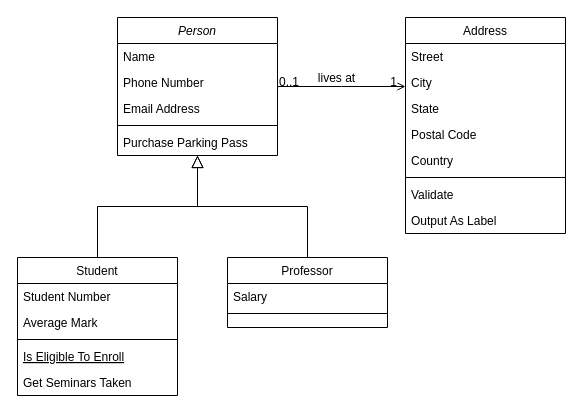
The draw.io diagram Diagrama de clases/DClase-coche.drawio in GRMiguelAngel/ETS, before the edit. Source tidied: cells renumbered, new cells numbered last; positions are measured from the earlier drawing's top-left corner, leaving out a move shared by most shapes. Both pictures are drawn from the tidied source at 100%, with x=0, y=0 at pixel (17, 17).
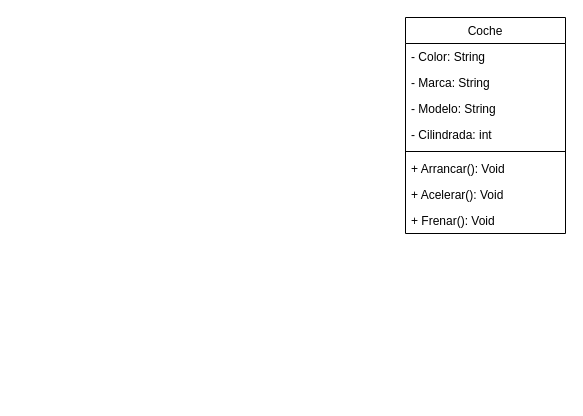
Above is the later version.

The edit, as a diff of the source:
```diff
@@
-    <mxCell id="2" value="Person" style="swimlane;fontStyle=2;align=center;verticalAlign=top;horizontal=1;startSize=26;rounded=0;shadow=0;strokeWidth=1;" parent="1" vertex="1">
-      <mxGeometry x="100" width="160" height="138" as="geometry" />
-    </mxCell>
-    <mxCell id="3" value="Name" style="text;align=left;verticalAlign=top;spacingLeft=4;spacingRight=4;overflow=hidden;" parent="2" vertex="1">
-      <mxGeometry y="26" width="160" height="26" as="geometry" />
-    </mxCell>
-    <mxCell id="4" value="Phone Number" style="text;align=left;verticalAlign=top;spacingLeft=4;spacingRight=4;overflow=hidden;rounded=0;shadow=0;html=0;" parent="2" vertex="1">
-      <mxGeometry y="52" width="160" height="26" as="geometry" />
-    </mxCell>
-    <mxCell id="5" value="Email Address" style="text;align=left;verticalAlign=top;spacingLeft=4;spacingRight=4;overflow=hidden;rounded=0;shadow=0;html=0;" parent="2" vertex="1">
-      <mxGeometry y="78" width="160" height="26" as="geometry" />
-    </mxCell>
-    <mxCell id="6" style="line;html=1;strokeWidth=1;align=left;verticalAlign=middle;spacingTop=-1;spacingLeft=3;spacingRight=3;labelPosition=right;" parent="2" vertex="1">
-      <mxGeometry y="104" width="160" height="8" as="geometry" />
-    </mxCell>
-    <mxCell id="7" value="Purchase Parking Pass" style="text;align=left;verticalAlign=top;spacingLeft=4;spacingRight=4;overflow=hidden;" parent="2" vertex="1">
-      <mxGeometry y="112" width="160" height="26" as="geometry" />
-    </mxCell>
-    <mxCell id="8" value="Student" style="swimlane;fontStyle=0;align=center;verticalAlign=top;horizontal=1;startSize=26;rounded=0;shadow=0;strokeWidth=1;" parent="1" vertex="1">
-      <mxGeometry y="240" width="160" height="138" as="geometry" />
-    </mxCell>
-    <mxCell id="9" value="Student Number" style="text;align=left;verticalAlign=top;spacingLeft=4;spacingRight=4;overflow=hidden;" parent="8" vertex="1">
-      <mxGeometry y="26" width="160" height="26" as="geometry" />
-    </mxCell>
-    <mxCell id="10" value="Average Mark" style="text;align=left;verticalAlign=top;spacingLeft=4;spacingRight=4;overflow=hidden;rounded=0;shadow=0;html=0;" parent="8" vertex="1">
-      <mxGeometry y="52" width="160" height="26" as="geometry" />
-    </mxCell>
-    <mxCell id="11" style="line;html=1;strokeWidth=1;align=left;verticalAlign=middle;spacingTop=-1;spacingLeft=3;spacingRight=3;labelPosition=right;" parent="8" vertex="1">
-      <mxGeometry y="78" width="160" height="8" as="geometry" />
-    </mxCell>
-    <mxCell id="12" value="Is Eligible To Enroll" style="text;align=left;verticalAlign=top;spacingLeft=4;spacingRight=4;overflow=hidden;fontStyle=4;" parent="8" vertex="1">
-      <mxGeometry y="86" width="160" height="26" as="geometry" />
-    </mxCell>
-    <mxCell id="13" value="Get Seminars Taken" style="text;align=left;verticalAlign=top;spacingLeft=4;spacingRight=4;overflow=hidden;" parent="8" vertex="1">
-      <mxGeometry y="112" width="160" height="26" as="geometry" />
-    </mxCell>
-    <mxCell id="14" style="endArrow=block;endSize=10;endFill=0;shadow=0;strokeWidth=1;rounded=0;edgeStyle=elbowEdgeStyle;elbow=vertical;" parent="1" edge="1" source="8" target="2">
-      <mxGeometry relative="1" as="geometry" />
-    </mxCell>
-    <mxCell id="15" value="Professor" style="swimlane;fontStyle=0;align=center;verticalAlign=top;horizontal=1;startSize=26;rounded=0;shadow=0;strokeWidth=1;" parent="1" vertex="1">
-      <mxGeometry x="210" y="240" width="160" height="70" as="geometry" />
-    </mxCell>
-    <mxCell id="16" value="Salary" style="text;align=left;verticalAlign=top;spacingLeft=4;spacingRight=4;overflow=hidden;" parent="15" vertex="1">
-      <mxGeometry y="26" width="160" height="26" as="geometry" />
-    </mxCell>
-    <mxCell id="17" style="line;html=1;strokeWidth=1;align=left;verticalAlign=middle;spacingTop=-1;spacingLeft=3;spacingRight=3;labelPosition=right;" parent="15" vertex="1">
-      <mxGeometry y="52" width="160" height="8" as="geometry" />
-    </mxCell>
-    <mxCell id="18" style="endArrow=block;endSize=10;endFill=0;shadow=0;strokeWidth=1;rounded=0;edgeStyle=elbowEdgeStyle;elbow=vertical;" parent="1" edge="1" source="15" target="2">
-      <mxGeometry relative="1" as="geometry" />
-    </mxCell>
-    <mxCell id="19" value="Address" style="swimlane;fontStyle=0;align=center;verticalAlign=top;horizontal=1;startSize=26;rounded=0;shadow=0;strokeWidth=1;" parent="1" vertex="1">
+    <mxCell id="19" value="Coche" style="swimlane;fontStyle=0;align=center;verticalAlign=top;horizontal=1;startSize=26;rounded=0;shadow=0;strokeWidth=1;" parent="1" vertex="1">
       <mxGeometry x="388" width="160" height="216" as="geometry" />
     </mxCell>
-    <mxCell id="20" value="Street" style="text;align=left;verticalAlign=top;spacingLeft=4;spacingRight=4;overflow=hidden;" parent="19" vertex="1">
+    <mxCell id="20" value="- Color: String" style="text;align=left;verticalAlign=top;spacingLeft=4;spacingRight=4;overflow=hidden;" parent="19" vertex="1">
       <mxGeometry y="26" width="160" height="26" as="geometry" />
     </mxCell>
-    <mxCell id="21" value="City" style="text;align=left;verticalAlign=top;spacingLeft=4;spacingRight=4;overflow=hidden;rounded=0;shadow=0;html=0;" parent="19" vertex="1">
+    <mxCell id="21" value="- Marca: String" style="text;align=left;verticalAlign=top;spacingLeft=4;spacingRight=4;overflow=hidden;rounded=0;shadow=0;html=0;" parent="19" vertex="1">
       <mxGeometry y="52" width="160" height="26" as="geometry" />
     </mxCell>
-    <mxCell id="22" value="State" style="text;align=left;verticalAlign=top;spacingLeft=4;spacingRight=4;overflow=hidden;rounded=0;shadow=0;html=0;" parent="19" vertex="1">
+    <mxCell id="22" value="- Modelo: String" style="text;align=left;verticalAlign=top;spacingLeft=4;spacingRight=4;overflow=hidden;rounded=0;shadow=0;html=0;" parent="19" vertex="1">
       <mxGeometry y="78" width="160" height="26" as="geometry" />
     </mxCell>
-    <mxCell id="23" value="Postal Code" style="text;align=left;verticalAlign=top;spacingLeft=4;spacingRight=4;overflow=hidden;rounded=0;shadow=0;html=0;" parent="19" vertex="1">
+    <mxCell id="23" value="- Cilindrada: int" style="text;align=left;verticalAlign=top;spacingLeft=4;spacingRight=4;overflow=hidden;rounded=0;shadow=0;html=0;" parent="19" vertex="1">
       <mxGeometry y="104" width="160" height="26" as="geometry" />
     </mxCell>
-    <mxCell id="24" value="Country" style="text;align=left;verticalAlign=top;spacingLeft=4;spacingRight=4;overflow=hidden;rounded=0;shadow=0;html=0;" parent="19" vertex="1">
-      <mxGeometry y="130" width="160" height="26" as="geometry" />
-    </mxCell>
     <mxCell id="25" style="line;html=1;strokeWidth=1;align=left;verticalAlign=middle;spacingTop=-1;spacingLeft=3;spacingRight=3;labelPosition=right;" parent="19" vertex="1">
-      <mxGeometry y="156" width="160" height="8" as="geometry" />
+      <mxGeometry y="130" width="160" height="8" as="geometry" />
     </mxCell>
-    <mxCell id="26" value="Validate" style="text;align=left;verticalAlign=top;spacingLeft=4;spacingRight=4;overflow=hidden;" parent="19" vertex="1">
-      <mxGeometry y="164" width="160" height="26" as="geometry" />
+    <mxCell id="26" value="+ Arrancar(): Void" style="text;align=left;verticalAlign=top;spacingLeft=4;spacingRight=4;overflow=hidden;" parent="19" vertex="1">
+      <mxGeometry y="138" width="160" height="26" as="geometry" />
     </mxCell>
-    <mxCell id="27" value="Output As Label" style="text;align=left;verticalAlign=top;spacingLeft=4;spacingRight=4;overflow=hidden;" parent="19" vertex="1">
-      <mxGeometry y="190" width="160" height="26" as="geometry" />
+    <mxCell id="27" value="+ Acelerar(): Void" style="text;align=left;verticalAlign=top;spacingLeft=4;spacingRight=4;overflow=hidden;" parent="19" vertex="1">
+      <mxGeometry y="164" width="160" height="26" as="geometry" />
     </mxCell>
-    <mxCell id="28" style="endArrow=open;shadow=0;strokeWidth=1;rounded=0;endFill=1;edgeStyle=elbowEdgeStyle;elbow=vertical;" parent="1" edge="1" source="2" target="19">
-      <mxGeometry x="0.5" y="41" relative="1" as="geometry">
-        <mxPoint x="-40" y="32" as="offset" />
-      </mxGeometry>
-    </mxCell>
-    <mxCell id="29" value="0..1" style="align=left;verticalAlign=bottom;labelBackgroundColor=none;fontSize=12;" parent="28" vertex="1">
-      <mxGeometry x="-1" relative="1" as="geometry">
-        <mxPoint y="4" as="offset" />
-      </mxGeometry>
-    </mxCell>
-    <mxCell id="30" value="1" style="align=right;verticalAlign=bottom;labelBackgroundColor=none;fontSize=12;" parent="28" vertex="1">
-      <mxGeometry x="1" relative="1" as="geometry">
-        <mxPoint x="-7" y="4" as="offset" />
-      </mxGeometry>
-    </mxCell>
-    <mxCell id="31" value="lives at" style="text;html=1;align=center;verticalAlign=middle;labelBackgroundColor=none;rounded=0;shadow=0;strokeWidth=1;fontSize=12;" parent="28" vertex="1">
-      <mxGeometry x="0.5" y="49" relative="1" as="geometry">
-        <mxPoint x="-38" y="40" as="offset" />
-      </mxGeometry>
-    </mxCell>
+    <mxCell id="32" value="+ Frenar(): Void" style="text;align=left;verticalAlign=top;spacingLeft=4;spacingRight=4;overflow=hidden;" parent="19" vertex="1">
+      <mxGeometry y="190" width="160" height="26" as="geometry" />
+    </mxCell>
```
